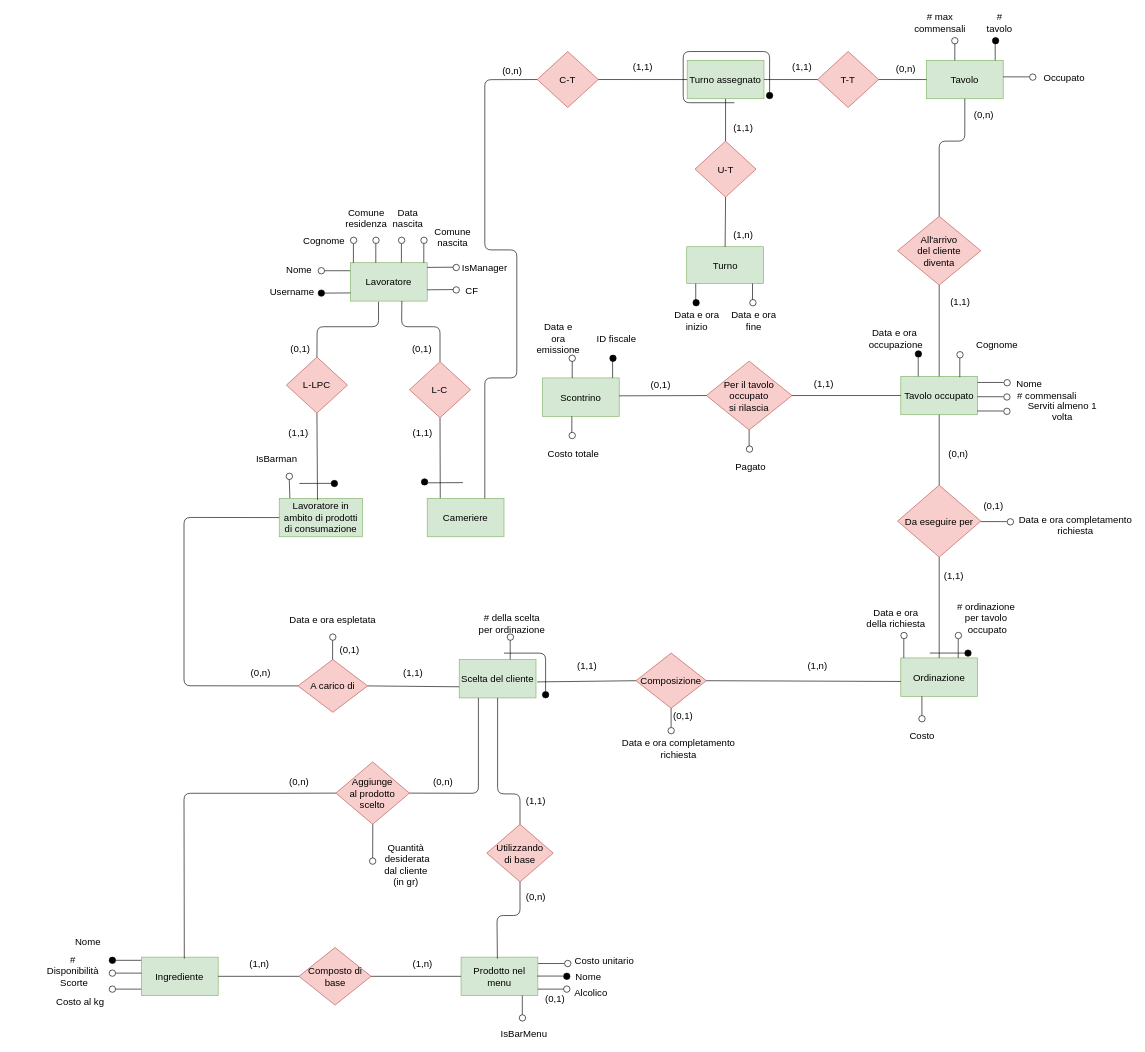
This is RERD/RERD_EditableDiagram.drawio from StefanoBelli/pizzeria, a draw.io file, before an edit. Source tidied: cells renumbered, new cells numbered last; positions are measured from the earlier drawing's top-left corner, leaving out a move shared by most shapes. Both pictures are drawn from the tidied source at 64%, with x=0, y=0 at pixel (11, 16).
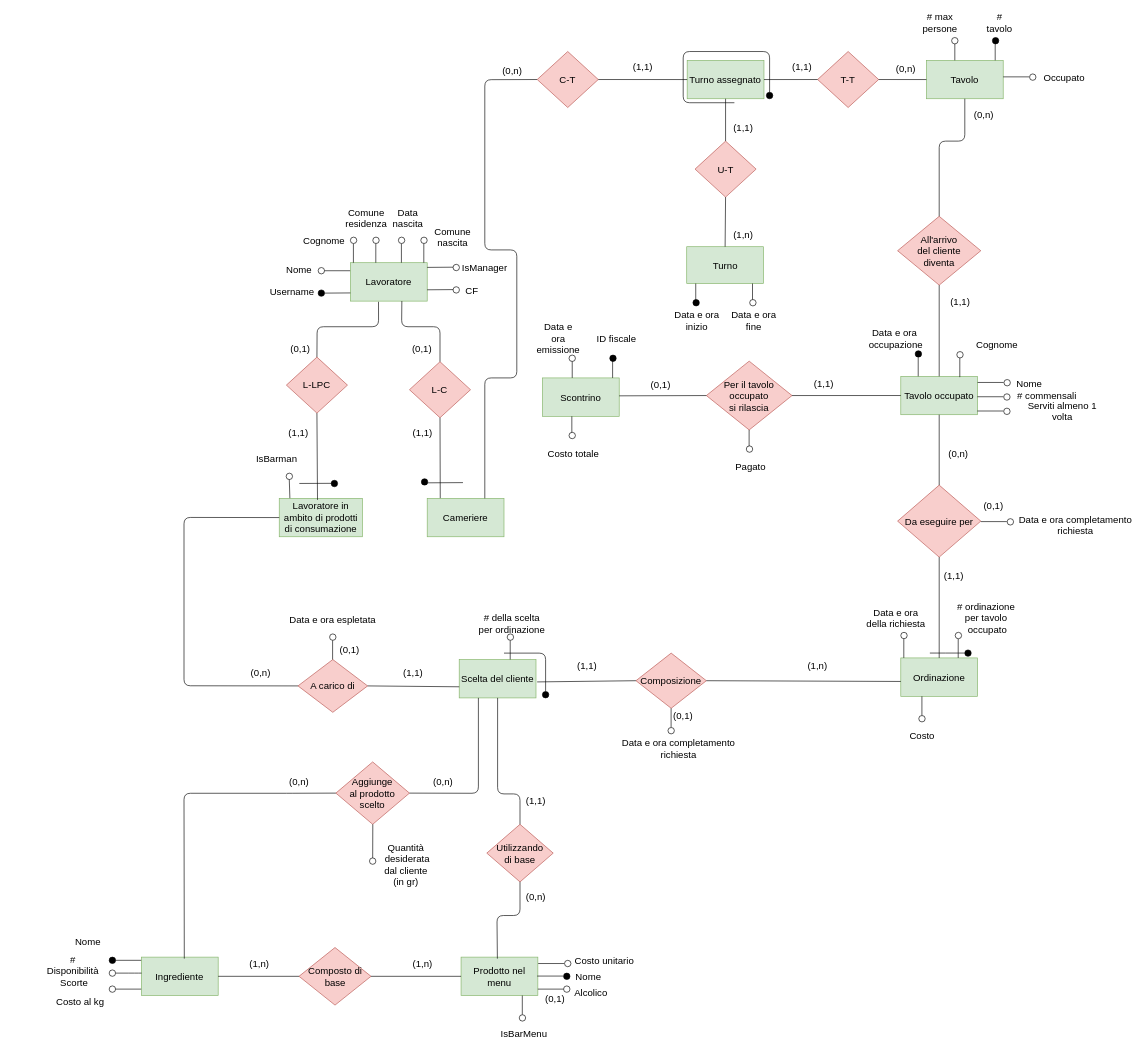
Above is the later version.

Change to the diagram source:
```diff
@@
-    <mxCell id="107" value="# max&lt;br&gt;commensali" style="text;html=1;strokeColor=none;fillColor=none;align=center;verticalAlign=middle;whiteSpace=wrap;rounded=0;fontSize=15;" parent="1" vertex="1">
+    <mxCell id="107" value="# max&lt;br&gt;persone" style="text;html=1;strokeColor=none;fillColor=none;align=center;verticalAlign=middle;whiteSpace=wrap;rounded=0;fontSize=15;" parent="1" vertex="1">
       <mxGeometry x="1425" y="-0.2" width="52.5" height="20" as="geometry" />
     </mxCell>
```
